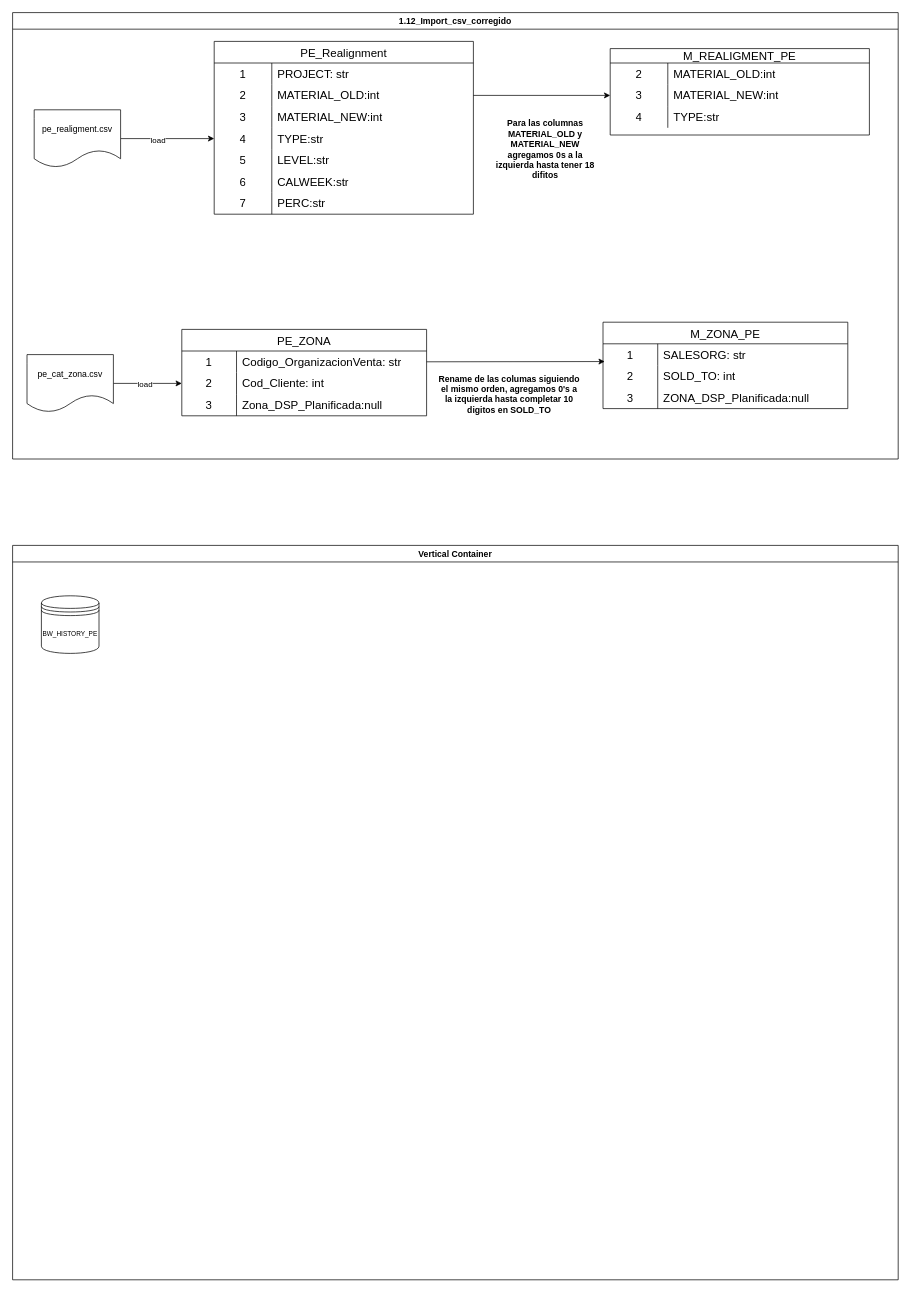
Earlier version of the draw.io diagram SI_DATA_Preparation_pe.drawio (Ariel-FloresS/deeplearning). Source tidied: cells renumbered, new cells numbered last; positions are measured from the earlier drawing's top-left corner, leaving out a move shared by most shapes. Both pictures are drawn from the tidied source at 72%, with x=0, y=0 at pixel (12, 12).
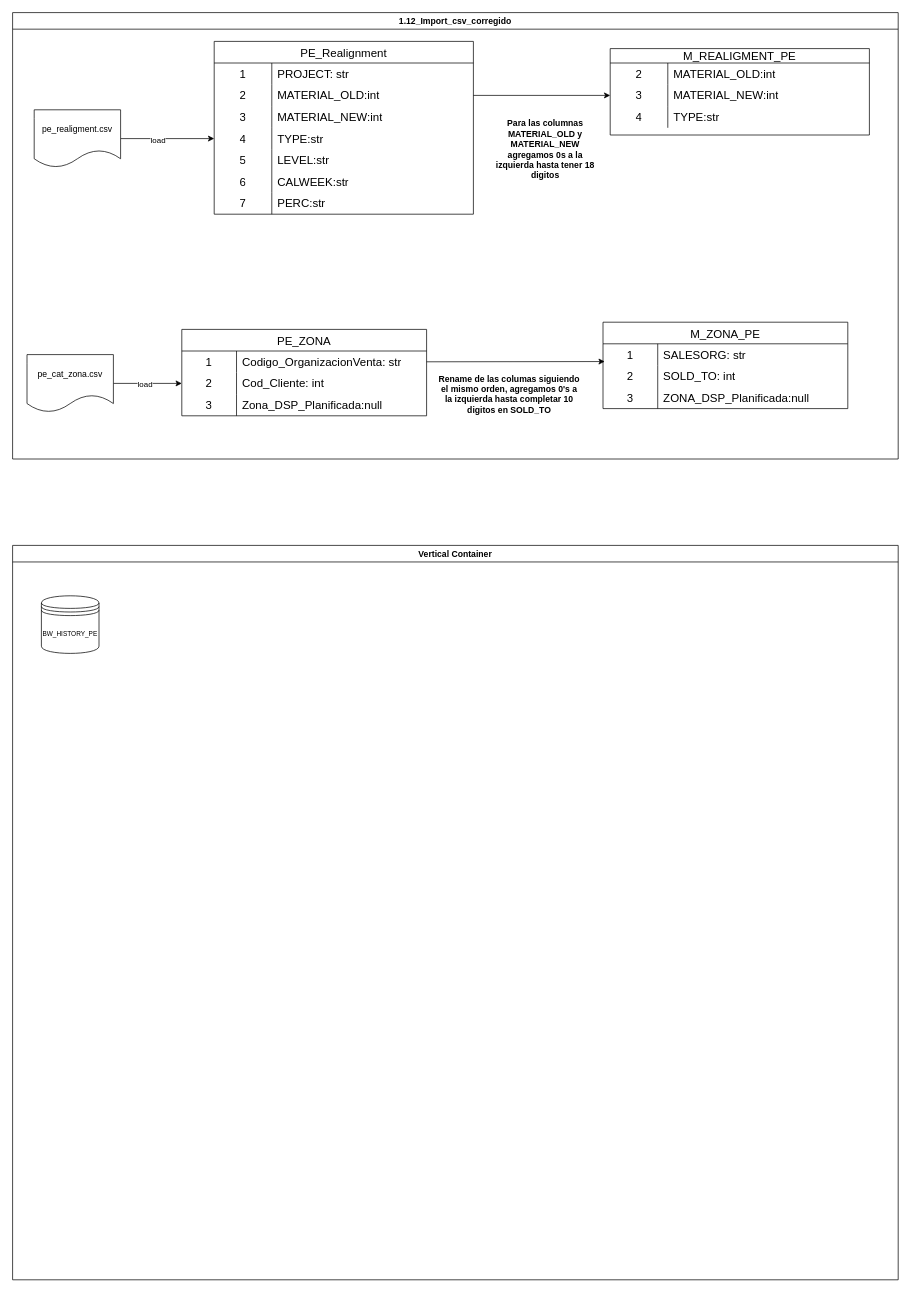
After the change.

Unchanged cells that the change refers to:
```xml
<mxCell id="2" value="1.12_Import_csv_corregido" style="swimlane;whiteSpace=wrap;html=1;" parent="1" vertex="1">
  <mxGeometry width="1230" height="620" as="geometry" />
</mxCell>
```

The edit, as a diff of the source:
```diff
@@
-    <mxCell id="52" value="&lt;b&gt;Para las columnas MATERIAL_OLD y MATERIAL_NEW agregamos 0s a la izquierda hasta tener 18 difitos&lt;/b&gt;" style="text;html=1;align=center;verticalAlign=middle;whiteSpace=wrap;rounded=0;" parent="2" vertex="1">
+    <mxCell id="52" value="&lt;b&gt;Para las columnas MATERIAL_OLD y MATERIAL_NEW agregamos 0s a la izquierda hasta tener 18 digitos&lt;/b&gt;" style="text;html=1;align=center;verticalAlign=middle;whiteSpace=wrap;rounded=0;" parent="2" vertex="1">
       <mxGeometry x="660" y="120" width="160" height="140" as="geometry" />
     </mxCell>
```
